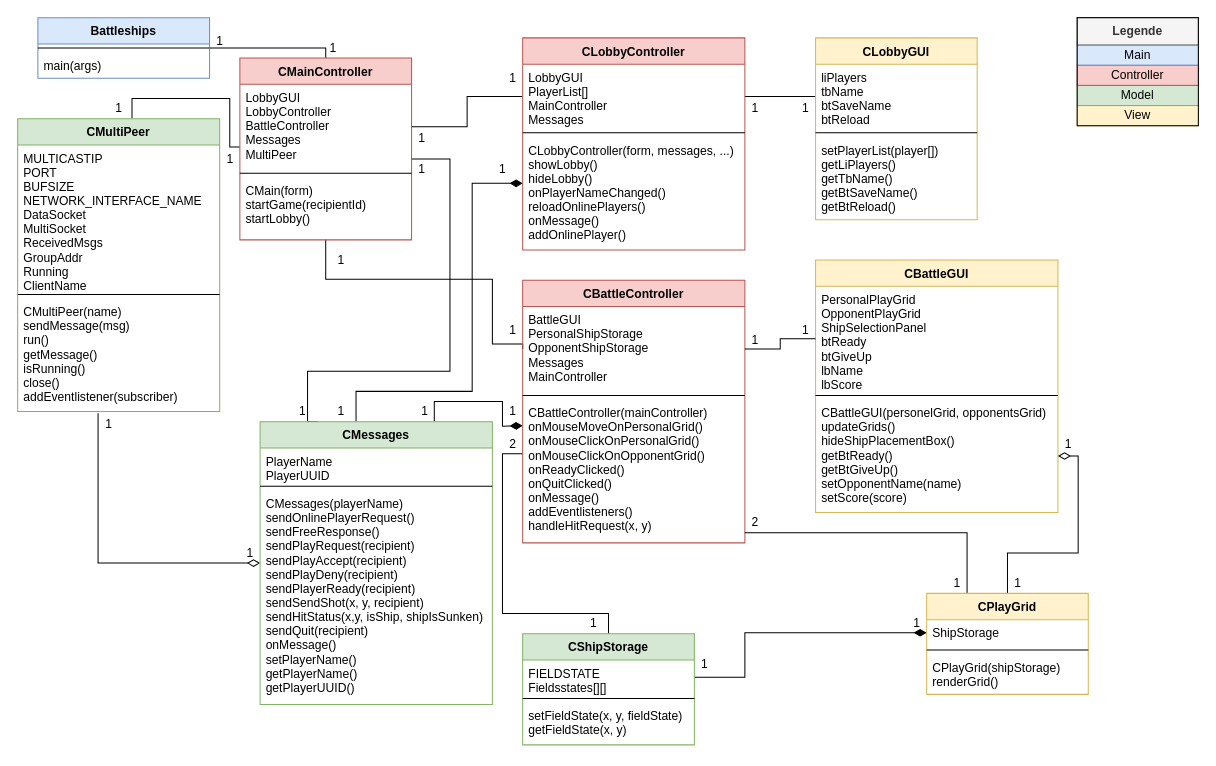
This is planning/Schiffeversenken-Klassendiagramm.drawio from AlexRomberg/Schiffeversenken, a draw.io file, before an edit. Source tidied: cells renumbered, new cells numbered last; positions are measured from the earlier drawing's top-left corner, leaving out a move shared by most shapes. Both pictures are drawn from the tidied source at 101%, with x=0, y=0 at pixel (17, 17).
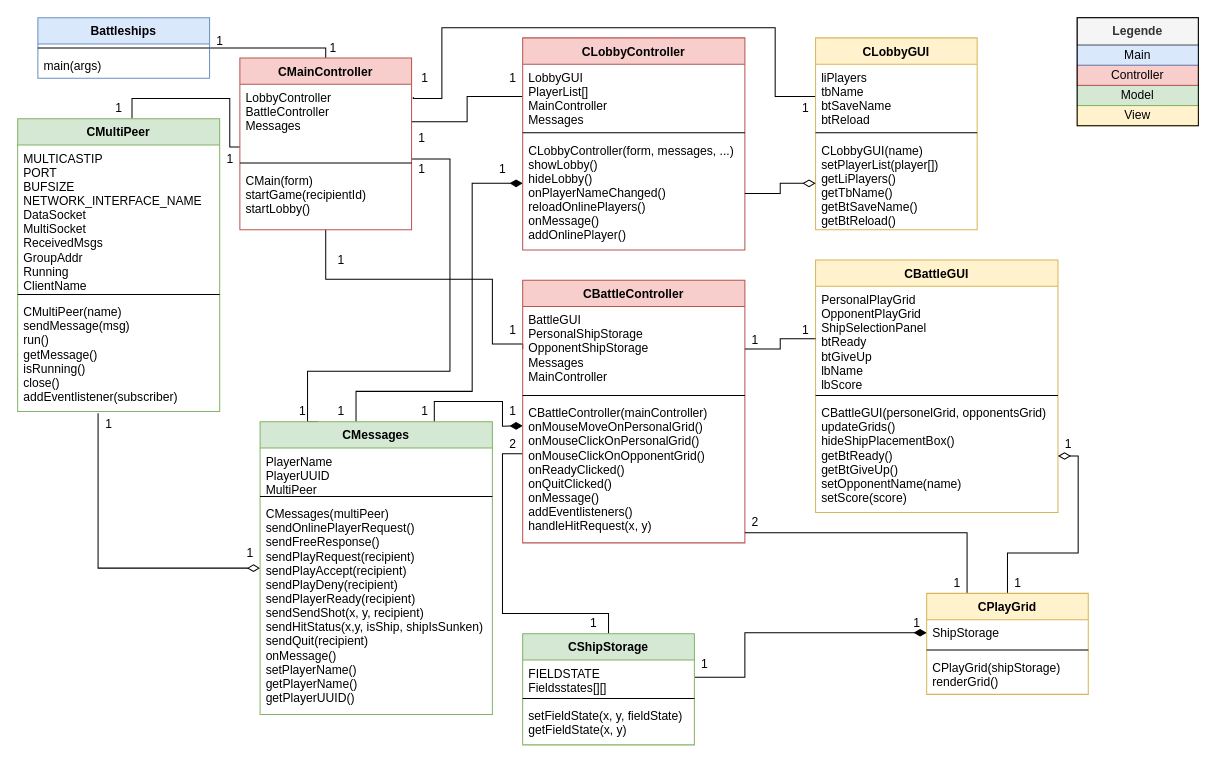
The same diagram, later.

Commit message (it also covers changes not shown here):
added lobby loading process

The change refers to these unchanged cells:
```xml
<mxCell id="37" value="liPlayers&#10;tbName&#10;btSaveName&#10;btReload" style="text;strokeColor=none;fillColor=none;align=left;verticalAlign=top;spacingLeft=4;spacingRight=4;overflow=hidden;points=[[0,0.5],[1,0.5]];portConstraint=eastwest;" parent="36" vertex="1">
  <mxGeometry y="26" width="160" height="64" as="geometry" />
</mxCell>
<mxCell id="41" value="LobbyGUI&#10;PlayerList[]&#10;MainController&#10;Messages" style="text;strokeColor=none;fillColor=none;align=left;verticalAlign=top;spacingLeft=4;spacingRight=4;overflow=hidden;points=[[0,0.5],[1,0.5]];portConstraint=eastwest;" parent="40" vertex="1">
  <mxGeometry y="26" width="220" height="64" as="geometry" />
</mxCell>
<mxCell id="43" value="CLobbyController(form, messages, ...)&#10;showLobby()&#10;hideLobby()&#10;onPlayerNameChanged()&#10;reloadOnlinePlayers()&#10;onMessage()&#10;addOnlinePlayer()" style="text;strokeColor=none;fillColor=none;align=left;verticalAlign=top;spacingLeft=4;spacingRight=4;overflow=hidden;points=[[0,0.5],[1,0.5]];portConstraint=eastwest;" parent="40" vertex="1">
  <mxGeometry y="98" width="220" height="112" as="geometry" />
</mxCell>
<mxCell id="51" value="CMultiPeer(name)&#10;sendMessage(msg)&#10;run()&#10;getMessage()&#10;isRunning()&#10;close()&#10;addEventlistener(subscriber)" style="text;strokeColor=none;fillColor=none;align=left;verticalAlign=top;spacingLeft=4;spacingRight=4;overflow=hidden;points=[[0,0.5],[1,0.5]];portConstraint=eastwest;" parent="48" vertex="1">
  <mxGeometry y="178" width="200" height="112" as="geometry" />
</mxCell>
```

What changed in the source:
```diff
@@
     <mxCell id="4" style="edgeStyle=orthogonalEdgeStyle;rounded=0;jettySize=auto;html=1;entryX=0;entryY=0.5;entryDx=0;entryDy=0;endArrow=diamondThin;endFill=0;exitX=0.398;exitY=1.015;exitDx=0;exitDy=0;exitPerimeter=0;endSize=10;startSize=10;" parent="1" edge="1" source="51" target="52">
       <mxGeometry relative="1" as="geometry">
         <Array as="points">
-          <mxPoint x="80" y="540" />
+          <mxPoint x="80" y="545" />
         </Array>
       </mxGeometry>
     </mxCell>
@@
-    <mxCell id="7" style="edgeStyle=orthogonalEdgeStyle;rounded=0;jettySize=auto;html=1;endArrow=none;endFill=0;" parent="1" edge="1" source="41" target="37">
-      <mxGeometry relative="1" as="geometry" />
+    <mxCell id="7" style="edgeStyle=orthogonalEdgeStyle;rounded=0;jettySize=auto;html=1;endArrow=none;endFill=0;exitX=1.01;exitY=0.169;exitDx=0;exitDy=0;exitPerimeter=0;" parent="1" edge="1" source="33" target="37">
+      <mxGeometry relative="1" as="geometry">
+        <Array as="points">
+          <mxPoint x="420" y="80" />
+          <mxPoint x="420" y="10" />
+          <mxPoint x="750" y="10" />
+          <mxPoint x="750" y="78" />
+        </Array>
+      </mxGeometry>
     </mxCell>
@@
     <mxCell id="32" value="CMainController" style="swimlane;fontStyle=1;align=center;verticalAlign=top;horizontal=1;startSize=26;fillColor=#f8cecc;strokeColor=#b85450;" parent="1" vertex="1">
-      <mxGeometry x="220" y="40" width="170" height="180" as="geometry" />
+      <mxGeometry x="220" y="40" width="170" height="170" as="geometry" />
     </mxCell>
-    <mxCell id="33" value="LobbyGUI&#10;LobbyController&#10;BattleController&#10;Messages&#10;MultiPeer" style="text;strokeColor=none;fillColor=none;align=left;verticalAlign=top;spacingLeft=4;spacingRight=4;overflow=hidden;points=[[0,0.5],[1,0.5]];portConstraint=eastwest;" parent="32" vertex="1">
-      <mxGeometry y="26" width="170" height="84" as="geometry" />
+    <mxCell id="33" value="LobbyController&#10;BattleController&#10;Messages" style="text;strokeColor=none;fillColor=none;align=left;verticalAlign=top;spacingLeft=4;spacingRight=4;overflow=hidden;points=[[0,0.5],[1,0.5]];portConstraint=eastwest;" parent="32" vertex="1">
+      <mxGeometry y="26" width="170" height="74" as="geometry" />
     </mxCell>
     <mxCell id="34" style="line;strokeWidth=1;fillColor=none;align=left;verticalAlign=middle;spacingTop=-1;spacingLeft=3;spacingRight=3;labelPosition=right;" parent="32" vertex="1">
-      <mxGeometry y="110" width="170" height="8" as="geometry" />
+      <mxGeometry y="100" width="170" height="8" as="geometry" />
     </mxCell>
     <mxCell id="35" value="CMain(form)&#10;startGame(recipientId)&#10;startLobby()" style="text;strokeColor=none;fillColor=none;align=left;verticalAlign=top;spacingLeft=4;spacingRight=4;overflow=hidden;points=[[0,0.5],[1,0.5]];portConstraint=eastwest;" parent="32" vertex="1">
-      <mxGeometry y="118" width="170" height="62" as="geometry" />
+      <mxGeometry y="108" width="170" height="62" as="geometry" />
     </mxCell>
     <mxCell id="36" value="CLobbyGUI" style="swimlane;fontStyle=1;align=center;verticalAlign=top;horizontal=1;startSize=26;fillColor=#fff2cc;strokeColor=#d6b656;" parent="1" vertex="1">
-      <mxGeometry x="790" y="20" width="160" height="180" as="geometry" />
+      <mxGeometry x="790" y="20" width="160" height="190" as="geometry" />
     </mxCell>
@@
-    <mxCell id="39" value="setPlayerList(player[])&#10;getLiPlayers()&#10;getTbName()&#10;getBtSaveName()&#10;getBtReload()" style="text;strokeColor=none;fillColor=none;align=left;verticalAlign=top;spacingLeft=4;spacingRight=4;overflow=hidden;points=[[0,0.5],[1,0.5]];portConstraint=eastwest;" parent="36" vertex="1">
-      <mxGeometry y="98" width="160" height="82" as="geometry" />
+    <mxCell id="39" value="CLobbyGUI(name)&#10;setPlayerList(player[])&#10;getLiPlayers()&#10;getTbName()&#10;getBtSaveName()&#10;getBtReload()" style="text;strokeColor=none;fillColor=none;align=left;verticalAlign=top;spacingLeft=4;spacingRight=4;overflow=hidden;points=[[0,0.5],[1,0.5]];portConstraint=eastwest;" parent="36" vertex="1">
+      <mxGeometry y="98" width="160" height="92" as="geometry" />
     </mxCell>
@@
     <mxCell id="52" value="CMessages" style="swimlane;fontStyle=1;align=center;verticalAlign=top;horizontal=1;startSize=26;fillColor=#d5e8d4;strokeColor=#82b366;" parent="1" vertex="1">
-      <mxGeometry x="240" y="400" width="230" height="280" as="geometry" />
+      <mxGeometry x="240" y="400" width="230" height="290" as="geometry" />
     </mxCell>
-    <mxCell id="53" value="PlayerName&#10;PlayerUUID" style="text;strokeColor=none;fillColor=none;align=left;verticalAlign=top;spacingLeft=4;spacingRight=4;overflow=hidden;" parent="52" vertex="1">
-      <mxGeometry y="26" width="230" height="34" as="geometry" />
+    <mxCell id="53" value="PlayerName&#10;PlayerUUID&#10;MultiPeer" style="text;strokeColor=none;fillColor=none;align=left;verticalAlign=top;spacingLeft=4;spacingRight=4;overflow=hidden;" parent="52" vertex="1">
+      <mxGeometry y="26" width="230" height="44" as="geometry" />
     </mxCell>
     <mxCell id="54" style="line;strokeWidth=1;fillColor=none;align=left;verticalAlign=middle;spacingTop=-1;spacingLeft=3;spacingRight=3;labelPosition=right;" parent="52" vertex="1">
-      <mxGeometry y="60" width="230" height="8" as="geometry" />
+      <mxGeometry y="70" width="230" height="8" as="geometry" />
     </mxCell>
-    <mxCell id="55" value="CMessages(playerName)&#10;sendOnlinePlayerRequest()&#10;sendFreeResponse()&#10;sendPlayRequest(recipient)&#10;sendPlayAccept(recipient)&#10;sendPlayDeny(recipient)&#10;sendPlayerReady(recipient)&#10;sendSendShot(x, y, recipient)&#10;sendHitStatus(x,y, isShip, shipIsSunken)&#10;sendQuit(recipient)&#10;onMessage()&#10;setPlayerName()&#10;getPlayerName()&#10;getPlayerUUID()" style="text;strokeColor=none;fillColor=none;align=left;verticalAlign=top;spacingLeft=4;spacingRight=4;overflow=hidden;" parent="52" vertex="1">
-      <mxGeometry y="68" width="230" height="212" as="geometry" />
+    <mxCell id="55" value="CMessages(multiPeer)&#10;sendOnlinePlayerRequest()&#10;sendFreeResponse()&#10;sendPlayRequest(recipient)&#10;sendPlayAccept(recipient)&#10;sendPlayDeny(recipient)&#10;sendPlayerReady(recipient)&#10;sendSendShot(x, y, recipient)&#10;sendHitStatus(x,y, isShip, shipIsSunken)&#10;sendQuit(recipient)&#10;onMessage()&#10;setPlayerName()&#10;getPlayerName()&#10;getPlayerUUID()" style="text;strokeColor=none;fillColor=none;align=left;verticalAlign=top;spacingLeft=4;spacingRight=4;overflow=hidden;" parent="52" vertex="1">
+      <mxGeometry y="78" width="230" height="212" as="geometry" />
     </mxCell>
@@
     <mxCell id="87" value="1" style="text;html=1;align=center;verticalAlign=middle;" parent="1" vertex="1">
-      <mxGeometry x="720" y="80" width="20" height="20" as="geometry" />
+      <mxGeometry x="393" y="50" width="20" height="20" as="geometry" />
     </mxCell>
@@
+    <mxCell id="89" style="edgeStyle=orthogonalEdgeStyle;rounded=0;jettySize=auto;html=1;endArrow=diamondThin;endFill=0;endSize=10;" parent="1" edge="1" source="43" target="39">
+      <mxGeometry relative="1" as="geometry" />
+    </mxCell>
```
